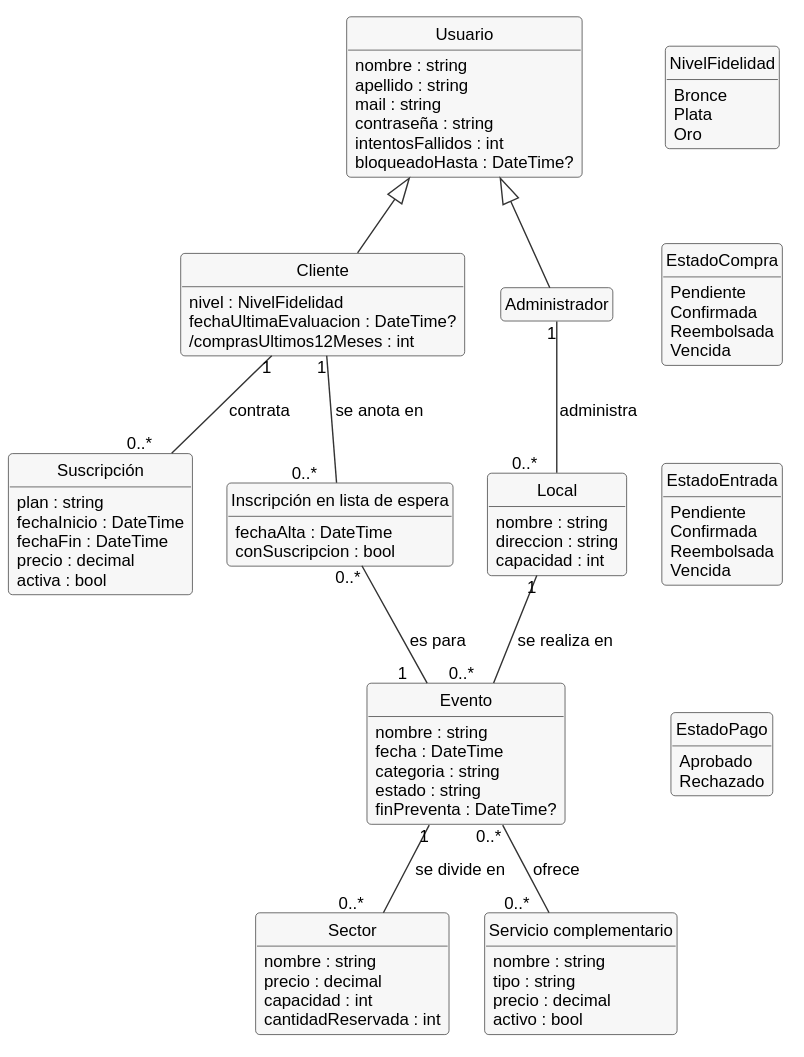
MaximoAmbro/TrabajoDeDiploma keeps this PlantUML diagram as docs/diagramas/dominio-actualizado-1-cuentas-catalogo.svg. Above is the earlier version.
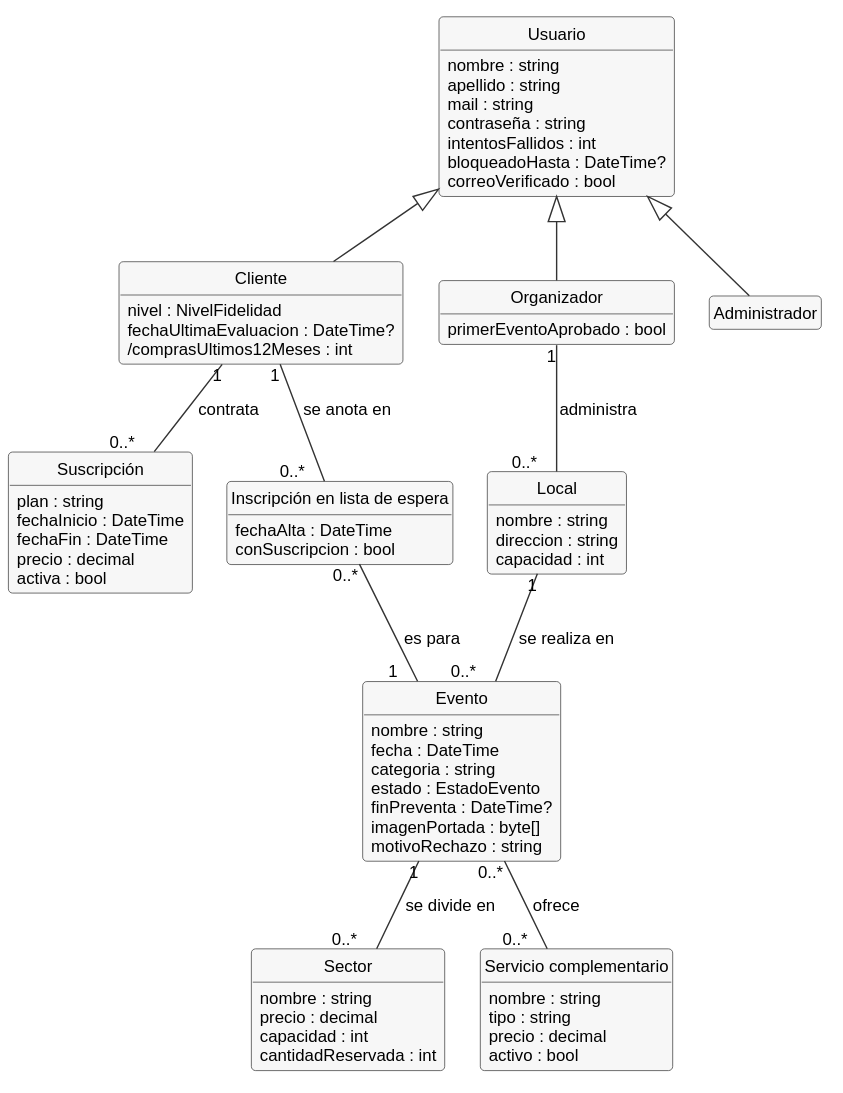
Above is the later version.

The edit, as a diff of the source:
```diff
@@ -11,34 +11,17 @@
   contraseña : string
   intentosFallidos : int
   bloqueadoHasta : DateTime?
+  correoVerificado : bool
 }
 class Cliente {
   nivel : NivelFidelidad
   fechaUltimaEvaluacion : DateTime?
   /comprasUltimos12Meses : int
 }
+class Organizador {
+  primerEventoAprobado : bool
+}
 class Administrador
-enum NivelFidelidad {
-  Bronce
-  Plata
-  Oro
-}
-enum EstadoCompra {
-  Pendiente
-  Confirmada
-  Reembolsada
-  Vencida
-}
-enum EstadoEntrada {
-  Pendiente
-  Confirmada
-  Reembolsada
-  Vencida
-}
-enum EstadoPago {
-  Aprobado
-  Rechazado
-}
 class Suscripción {
   plan : string
   fechaInicio : DateTime
@@ -55,8 +38,10 @@
   nombre : string
   fecha : DateTime
   categoria : string
-  estado : string
+  estado : EstadoEvento
   finPreventa : DateTime?
+  imagenPortada : byte[]
+  motivoRechazo : string
 }
 class Sector {
   nombre : string
@@ -76,15 +61,13 @@
 }
 
 Usuario <|-- Cliente
+Usuario <|-- Organizador
 Usuario <|-- Administrador
-Administrador "1" -- "0..*$_" Local : administra
+Organizador "1" -- "0..*$_" Local : administra
 Local "1" -- "0..*$_" Evento : se realiza en
 Evento "1" -- "0..*$_" Sector : se divide en
 Evento "0..*" -- "0..*$_" Servicio : ofrece
 Cliente "1" -- "0..*$_" Suscripción : contrata
 Cliente "1" -- "0..*$_" Inscripcion : se anota en
 Inscripcion "0..*" -- "1$_" Evento : es para
-NivelFidelidad -[hidden]down- EstadoCompra
-EstadoCompra -[hidden]down- EstadoEntrada
-EstadoEntrada -[hidden]down- EstadoPago
 @enduml
```
